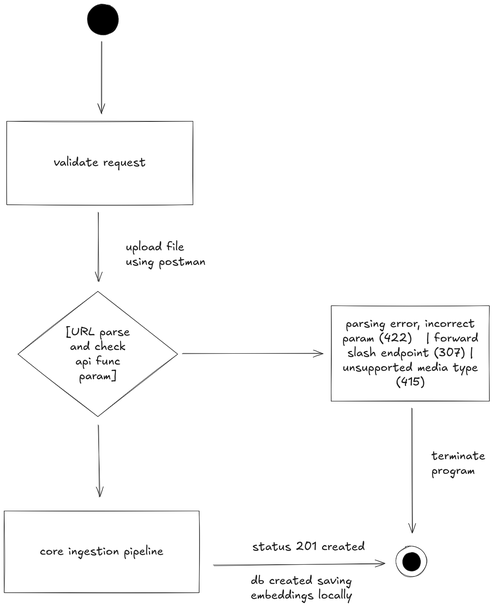
The Excalidraw diagram docs/ingestion/activity_dia.svg.excalidraw.png in S-a-t-y-aa-y-t-a-S/simple_rag, before a commit. Source tidied: one line per element, renumbered; positions are measured from the earlier drawing's top-left corner, leaving out a move shared by most shapes. Source of this version:
```json
{"id": 0, "type": "ellipse", "strokeColor": "#1e1e1e", "backgroundColor": "#000000", "fillStyle": "solid", "strokeWidth": 1, "roughness": 1, "x": 199, "y": 0, "width": 73, "height": 73}
{"id": 1, "type": "ellipse", "strokeColor": "#1e1e1e", "backgroundColor": "#ffffff", "fillStyle": "solid", "strokeWidth": 1, "roughness": 1, "x": 936, "y": 1295, "width": 73, "height": 73}
{"id": 2, "type": "ellipse", "strokeColor": "#1e1e1e", "backgroundColor": "#000000", "fillStyle": "solid", "strokeWidth": 1, "roughness": 1, "x": 952, "y": 1310, "width": 43, "height": 45}
{"id": 3, "type": "arrow", "strokeColor": "#1e1e1e", "backgroundColor": "#000000", "fillStyle": "solid", "strokeWidth": 1, "roughness": 1, "endArrowhead": "arrow", "round": true, "x": 234, "y": 88, "width": 0, "height": 174, "points": [[0, 0], [0, 174]]}
{"id": 4, "type": "rectangle", "strokeColor": "#1e1e1e", "backgroundColor": "#ffffff", "fillStyle": "solid", "strokeWidth": 1, "roughness": 1, "x": 6, "y": 280, "width": 445, "height": 199}
{"id": 5, "type": "text", "text": "validate request", "strokeColor": "#1e1e1e", "backgroundColor": "#ffffff", "fillStyle": "solid", "strokeWidth": 1, "roughness": 1, "fontSize": 28, "fontFamily": 5, "textAlign": "center", "verticalAlign": "middle", "inside": 4, "x": 119, "y": 362, "width": 220, "height": 35}
{"id": 6, "type": "arrow", "strokeColor": "#1e1e1e", "backgroundColor": "#ffffff", "fillStyle": "solid", "strokeWidth": 1, "roughness": 1, "endArrowhead": "arrow", "round": true, "x": 224, "y": 498, "width": 0, "height": 163, "points": [[0, 0], [0, 163]]}
{"id": 7, "type": "diamond", "strokeColor": "#1e1e1e", "backgroundColor": "#ffffff", "fillStyle": "solid", "strokeWidth": 1, "roughness": 1, "x": 33, "y": 686, "width": 382, "height": 299}
{"id": 8, "type": "text", "text": "[URL parse\nand check\napi func\nparam]", "strokeColor": "#1e1e1e", "backgroundColor": "#ffffff", "fillStyle": "solid", "strokeWidth": 1, "roughness": 1, "fontSize": 28, "fontFamily": 5, "textAlign": "center", "verticalAlign": "middle", "inside": 7, "x": 147, "y": 766, "width": 154, "height": 140}
{"id": 9, "type": "arrow", "strokeColor": "#1e1e1e", "backgroundColor": "#ffffff", "fillStyle": "solid", "strokeWidth": 1, "roughness": 1, "endArrowhead": "arrow", "round": true, "x": 426, "y": 835, "width": 335, "height": 0, "points": [[0, 0], [335, 0]]}
{"id": 10, "type": "rectangle", "strokeColor": "#1e1e1e", "backgroundColor": "#ffffff", "fillStyle": "solid", "strokeWidth": 1, "roughness": 1, "x": 782, "y": 720, "width": 378, "height": 228}
{"id": 11, "type": "text", "text": "parsing error, incorrect\nparam (422)   | forward\nslash endpoint (307) |\nunsupported media type\n(415)", "strokeColor": "#1e1e1e", "backgroundColor": "#ffffff", "fillStyle": "solid", "strokeWidth": 1, "roughness": 1, "fontSize": 28, "fontFamily": 5, "textAlign": "center", "verticalAlign": "middle", "inside": 10, "x": 808, "y": 747, "width": 325, "height": 175}
{"id": 12, "type": "arrow", "strokeColor": "#1e1e1e", "backgroundColor": "#ffffff", "fillStyle": "solid", "strokeWidth": 1, "roughness": 1, "endArrowhead": "arrow", "round": true, "x": 226, "y": 1006, "width": 2, "height": 172, "points": [[0, 0], [2, 172]]}
{"id": 13, "type": "rectangle", "strokeColor": "#1e1e1e", "backgroundColor": "#ffffff", "fillStyle": "solid", "strokeWidth": 1, "roughness": 1, "x": 0, "y": 1211, "width": 466, "height": 195}
{"id": 14, "type": "text", "text": "core ingestion pipeline", "strokeColor": "#1e1e1e", "backgroundColor": "#ffffff", "fillStyle": "solid", "strokeWidth": 1, "roughness": 1, "fontSize": 28, "fontFamily": 5, "textAlign": "center", "verticalAlign": "middle", "inside": 13, "x": 85, "y": 1291, "width": 295, "height": 35}
{"id": 15, "type": "arrow", "strokeColor": "#1e1e1e", "backgroundColor": "#ffffff", "fillStyle": "solid", "strokeWidth": 1, "roughness": 1, "endArrowhead": "arrow", "round": true, "x": 500, "y": 1340, "width": 409, "height": 4, "points": [[0, 0], [409, -4]]}
{"id": 16, "type": "arrow", "strokeColor": "#1e1e1e", "backgroundColor": "#ffffff", "fillStyle": "solid", "strokeWidth": 1, "roughness": 1, "endArrowhead": "arrow", "round": true, "x": 976, "y": 965, "width": 1, "height": 296, "points": [[0, 0], [1, 296]]}
{"id": 17, "type": "text", "text": "status 201 created", "strokeColor": "#1e1e1e", "backgroundColor": "#ffffff", "fillStyle": "solid", "strokeWidth": 1, "roughness": 1, "fontSize": 28, "fontFamily": 5, "x": 593, "y": 1280, "width": 269, "height": 35}
{"id": 18, "type": "text", "text": "terminate \nprogram", "strokeColor": "#1e1e1e", "backgroundColor": "#ffffff", "fillStyle": "solid", "strokeWidth": 1, "roughness": 1, "fontSize": 28, "fontFamily": 5, "x": 1021, "y": 1062, "width": 140, "height": 70}
{"id": 19, "type": "text", "text": "upload file\nusing postman", "strokeColor": "#1e1e1e", "backgroundColor": "#ffffff", "fillStyle": "solid", "strokeWidth": 1, "roughness": 1, "fontSize": 28, "fontFamily": 5, "x": 291, "y": 564, "width": 191, "height": 70}
{"id": 20, "type": "text", "text": "db created saving \nembeddings locally", "strokeColor": "#1e1e1e", "backgroundColor": "#ffffff", "fillStyle": "solid", "strokeWidth": 1, "roughness": 1, "fontSize": 28, "fontFamily": 5, "x": 590, "y": 1360, "width": 253, "height": 70}
```
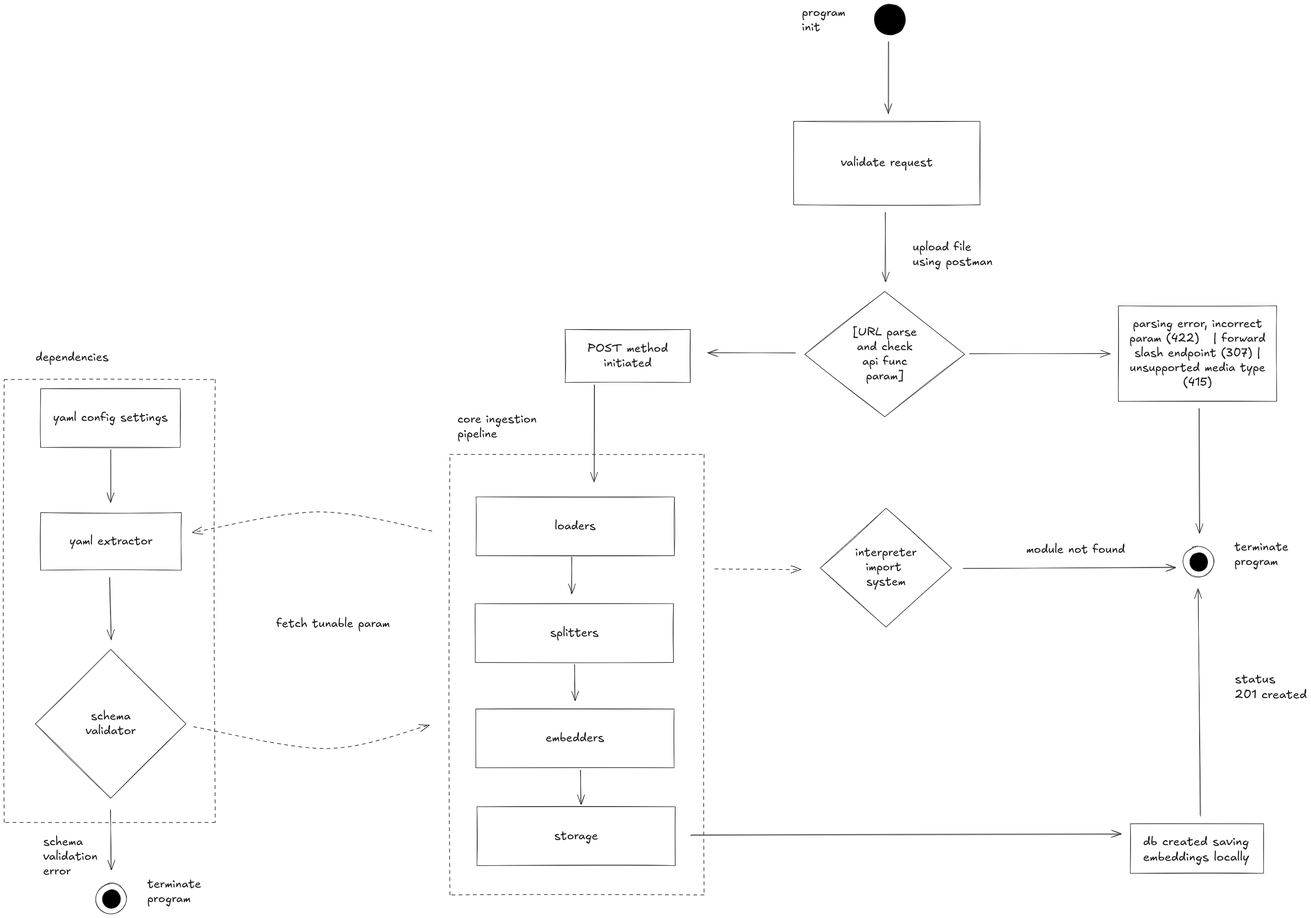
Later version of the same file.

Commit message:
RAG-6 #in-progress working on gateway cls diagram

The edit, as a diff of the source:
```diff
@@ -10,12 +10,52 @@
 {"id": 9, "type": "arrow", "strokeColor": "#1e1e1e", "backgroundColor": "#ffffff", "fillStyle": "solid", "strokeWidth": 1, "roughness": 1, "endArrowhead": "arrow", "round": true, "x": 426, "y": 835, "width": 335, "height": 0, "points": [[0, 0], [335, 0]]}
 {"id": 10, "type": "rectangle", "strokeColor": "#1e1e1e", "backgroundColor": "#ffffff", "fillStyle": "solid", "strokeWidth": 1, "roughness": 1, "x": 782, "y": 720, "width": 378, "height": 228}
 {"id": 11, "type": "text", "text": "parsing error, incorrect\nparam (422)   | forward\nslash endpoint (307) |\nunsupported media type\n(415)", "strokeColor": "#1e1e1e", "backgroundColor": "#ffffff", "fillStyle": "solid", "strokeWidth": 1, "roughness": 1, "fontSize": 28, "fontFamily": 5, "textAlign": "center", "verticalAlign": "middle", "inside": 10, "x": 808, "y": 747, "width": 325, "height": 175}
-{"id": 12, "type": "arrow", "strokeColor": "#1e1e1e", "backgroundColor": "#ffffff", "fillStyle": "solid", "strokeWidth": 1, "roughness": 1, "endArrowhead": "arrow", "round": true, "x": 226, "y": 1006, "width": 2, "height": 172, "points": [[0, 0], [2, 172]]}
-{"id": 13, "type": "rectangle", "strokeColor": "#1e1e1e", "backgroundColor": "#ffffff", "fillStyle": "solid", "strokeWidth": 1, "roughness": 1, "x": 0, "y": 1211, "width": 466, "height": 195}
-{"id": 14, "type": "text", "text": "core ingestion pipeline", "strokeColor": "#1e1e1e", "backgroundColor": "#ffffff", "fillStyle": "solid", "strokeWidth": 1, "roughness": 1, "fontSize": 28, "fontFamily": 5, "textAlign": "center", "verticalAlign": "middle", "inside": 13, "x": 85, "y": 1291, "width": 295, "height": 35}
-{"id": 15, "type": "arrow", "strokeColor": "#1e1e1e", "backgroundColor": "#ffffff", "fillStyle": "solid", "strokeWidth": 1, "roughness": 1, "endArrowhead": "arrow", "round": true, "x": 500, "y": 1340, "width": 409, "height": 4, "points": [[0, 0], [409, -4]]}
 {"id": 16, "type": "arrow", "strokeColor": "#1e1e1e", "backgroundColor": "#ffffff", "fillStyle": "solid", "strokeWidth": 1, "roughness": 1, "endArrowhead": "arrow", "round": true, "x": 976, "y": 965, "width": 1, "height": 296, "points": [[0, 0], [1, 296]]}
-{"id": 17, "type": "text", "text": "status 201 created", "strokeColor": "#1e1e1e", "backgroundColor": "#ffffff", "fillStyle": "solid", "strokeWidth": 1, "roughness": 1, "fontSize": 28, "fontFamily": 5, "x": 593, "y": 1280, "width": 269, "height": 35}
+{"id": 17, "type": "text", "text": "status \n201 created", "strokeColor": "#1e1e1e", "backgroundColor": "#ffffff", "fillStyle": "solid", "strokeWidth": 1, "roughness": 1, "fontSize": 29.36, "fontFamily": 5, "x": 1060, "y": 1594, "width": 172, "height": 73}
-{"id": 18, "type": "text", "text": "terminate \nprogram", "strokeColor": "#1e1e1e", "backgroundColor": "#ffffff", "fillStyle": "solid", "strokeWidth": 1, "roughness": 1, "fontSize": 28, "fontFamily": 5, "x": 1021, "y": 1062, "width": 140, "height": 70}
+{"id": 18, "type": "text", "text": "terminate \nprogram", "strokeColor": "#1e1e1e", "backgroundColor": "#ffffff", "fillStyle": "solid", "strokeWidth": 1, "roughness": 1, "fontSize": 28, "fontFamily": 5, "x": 1059, "y": 1280, "width": 140, "height": 70}
 {"id": 19, "type": "text", "text": "upload file\nusing postman", "strokeColor": "#1e1e1e", "backgroundColor": "#ffffff", "fillStyle": "solid", "strokeWidth": 1, "roughness": 1, "fontSize": 28, "fontFamily": 5, "x": 291, "y": 564, "width": 191, "height": 70}
+{"id": 21, "type": "rectangle", "strokeColor": "#1e1e1e", "backgroundColor": "#ffffff", "fillStyle": "solid", "strokeWidth": 1, "roughness": 1, "x": 810, "y": 1957, "width": 318, "height": 118}
-{"id": 20, "type": "text", "text": "db created saving \nembeddings locally", "strokeColor": "#1e1e1e", "backgroundColor": "#ffffff", "fillStyle": "solid", "strokeWidth": 1, "roughness": 1, "fontSize": 28, "fontFamily": 5, "x": 590, "y": 1360, "width": 253, "height": 70}
+{"id": 20, "type": "text", "text": "db created saving \nembeddings locally", "strokeColor": "#1e1e1e", "backgroundColor": "#ffffff", "fillStyle": "solid", "strokeWidth": 1, "roughness": 1, "fontSize": 29.36, "fontFamily": 5, "x": 841, "y": 1983, "width": 265, "height": 73}
+{"id": 22, "type": "arrow", "strokeColor": "#1e1e1e", "backgroundColor": "#ffffff", "fillStyle": "solid", "strokeWidth": 1, "roughness": 1, "endArrowhead": "arrow", "round": true, "x": 977, "y": 1938, "width": 5, "height": 540, "points": [[0, 0], [-5, -540]]}
+{"id": 23, "type": "diamond", "strokeColor": "#1e1e1e", "backgroundColor": "#ffffff", "fillStyle": "solid", "strokeWidth": 1, "roughness": 1, "x": 70, "y": 1203, "width": 314, "height": 284}
+{"id": 24, "type": "text", "text": "interpreter\nimport \nsystem", "strokeColor": "#1e1e1e", "backgroundColor": "#ffffff", "fillStyle": "solid", "strokeWidth": 1, "roughness": 1, "fontSize": 28, "fontFamily": 5, "textAlign": "center", "verticalAlign": "middle", "inside": 23, "x": 153, "y": 1293, "width": 147, "height": 105}
+{"id": 25, "type": "text", "text": "program \ninit", "strokeColor": "#1e1e1e", "backgroundColor": "#ffffff", "fillStyle": "solid", "strokeWidth": 1, "roughness": 1, "fontSize": 28, "fontFamily": 5, "x": 26, "y": 4, "width": 115, "height": 70}
+{"id": 26, "type": "arrow", "strokeColor": "#1e1e1e", "backgroundColor": "#ffffff", "fillStyle": "solid", "strokeWidth": 1, "roughness": 1, "endArrowhead": "arrow", "round": true, "x": 12, "y": 833, "width": 211, "height": 0, "points": [[0, 0], [-211, 0]]}
+{"id": 27, "type": "arrow", "strokeColor": "#1e1e1e", "backgroundColor": "#ffffff", "fillStyle": "solid", "strokeWidth": 1, "roughness": 1, "endArrowhead": "arrow", "round": true, "x": 411, "y": 1348, "width": 507, "height": 4, "points": [[0, 0], [507, -4]]}
+{"id": 28, "type": "text", "text": "module not found", "strokeColor": "#1e1e1e", "backgroundColor": "#ffffff", "fillStyle": "solid", "strokeWidth": 1, "roughness": 1, "fontSize": 28, "fontFamily": 5, "x": 562, "y": 1285, "width": 236, "height": 35}
+{"id": 29, "type": "rectangle", "strokeColor": "#1e1e1e", "backgroundColor": "#ffffff", "fillStyle": "solid", "strokeWidth": 1, "roughness": 1, "x": -540, "y": 777, "width": 299, "height": 127}
+{"id": 30, "type": "text", "text": "POST method\ninitiated", "strokeColor": "#1e1e1e", "backgroundColor": "#ffffff", "fillStyle": "solid", "strokeWidth": 1, "roughness": 1, "fontSize": 28, "fontFamily": 5, "textAlign": "center", "verticalAlign": "middle", "inside": 29, "x": -486, "y": 805, "width": 192, "height": 70}
+{"id": 31, "type": "rectangle", "strokeColor": "#1e1e1e", "backgroundColor": "#ffffff", "fillStyle": "solid", "strokeWidth": 1, "strokeStyle": "dashed", "roughness": 1, "x": -815, "y": 1075, "width": 607, "height": 1052}
+{"id": 32, "type": "arrow", "strokeColor": "#1e1e1e", "backgroundColor": "#ffffff", "fillStyle": "solid", "strokeWidth": 1, "strokeStyle": "dashed", "roughness": 1, "endArrowhead": "arrow", "round": true, "x": -183, "y": 1347, "width": 207, "height": 3, "points": [[0, 0], [207, 3]]}
+{"id": 14, "type": "text", "text": "core ingestion\npipeline", "strokeColor": "#1e1e1e", "backgroundColor": "#ffffff", "fillStyle": "solid", "strokeWidth": 1, "strokeStyle": "dashed", "roughness": 1, "fontSize": 28, "fontFamily": 5, "x": -797, "y": 974, "width": 189, "height": 70}
+{"id": 33, "type": "rectangle", "strokeColor": "#1e1e1e", "backgroundColor": "#ffffff", "fillStyle": "solid", "strokeWidth": 1, "roughness": 1, "x": -752, "y": 1177, "width": 474, "height": 140}
+{"id": 34, "type": "text", "text": "loaders", "strokeColor": "#1e1e1e", "strokeWidth": 1, "roughness": 1, "fontSize": 28, "fontFamily": 5, "textAlign": "center", "verticalAlign": "middle", "inside": 33, "x": -565, "y": 1229, "width": 98, "height": 35}
+{"id": 35, "type": "rectangle", "strokeColor": "#1e1e1e", "backgroundColor": "#ffffff", "fillStyle": "solid", "strokeWidth": 1, "roughness": 1, "x": -755, "y": 1432, "width": 474, "height": 140}
+{"id": 36, "type": "text", "text": "splitters", "strokeColor": "#1e1e1e", "strokeWidth": 1, "roughness": 1, "fontSize": 28, "fontFamily": 5, "textAlign": "center", "verticalAlign": "middle", "inside": 35, "x": -576, "y": 1484, "width": 116, "height": 35}
+{"id": 37, "type": "rectangle", "strokeColor": "#1e1e1e", "backgroundColor": "#ffffff", "fillStyle": "solid", "strokeWidth": 1, "roughness": 1, "x": -753, "y": 1683, "width": 474, "height": 140}
+{"id": 38, "type": "text", "text": "embedders", "strokeColor": "#1e1e1e", "strokeWidth": 1, "roughness": 1, "fontSize": 28, "fontFamily": 5, "textAlign": "center", "verticalAlign": "middle", "inside": 37, "x": -586, "y": 1736, "width": 140, "height": 35}
+{"id": 39, "type": "rectangle", "strokeColor": "#1e1e1e", "backgroundColor": "#ffffff", "fillStyle": "solid", "strokeWidth": 1, "roughness": 1, "x": -750, "y": 1916, "width": 474, "height": 140}
+{"id": 40, "type": "text", "text": "storage", "strokeColor": "#1e1e1e", "strokeWidth": 1, "roughness": 1, "fontSize": 28, "fontFamily": 5, "textAlign": "center", "verticalAlign": "middle", "inside": 39, "x": -566, "y": 1969, "width": 105, "height": 35}
+{"id": 41, "type": "arrow", "strokeColor": "#1e1e1e", "backgroundColor": "#ffffff", "fillStyle": "solid", "strokeWidth": 1, "roughness": 1, "endArrowhead": "arrow", "round": true, "from": 31, "x": -240, "y": 1985, "width": 1029, "height": 3, "points": [[0, 0], [1029, -3]]}
+{"id": 42, "type": "rectangle", "strokeColor": "#1e1e1e", "strokeWidth": 1, "strokeStyle": "dashed", "roughness": 1, "x": -1880, "y": 896, "width": 504, "height": 1057}
+{"id": 43, "type": "rectangle", "strokeColor": "#1e1e1e", "backgroundColor": "#ffffff", "fillStyle": "solid", "strokeWidth": 1, "roughness": 1, "x": -1793, "y": 918, "width": 333, "height": 140}
+{"id": 44, "type": "text", "text": "yaml config settings", "strokeColor": "#1e1e1e", "backgroundColor": "#ffffff", "fillStyle": "solid", "strokeWidth": 1, "roughness": 1, "fontSize": 28, "fontFamily": 5, "textAlign": "center", "verticalAlign": "middle", "inside": 43, "x": -1763, "y": 971, "width": 274, "height": 35}
+{"id": 45, "type": "rectangle", "strokeColor": "#1e1e1e", "backgroundColor": "#ffffff", "fillStyle": "solid", "strokeWidth": 1, "roughness": 1, "x": -1793, "y": 1214, "width": 336, "height": 138}
+{"id": 46, "type": "text", "text": "yaml extractor", "strokeColor": "#1e1e1e", "backgroundColor": "#ffffff", "fillStyle": "solid", "strokeWidth": 1, "roughness": 1, "fontSize": 28, "fontFamily": 5, "textAlign": "center", "verticalAlign": "middle", "inside": 45, "x": -1724, "y": 1265, "width": 199, "height": 35}
+{"id": 47, "type": "diamond", "strokeColor": "#1e1e1e", "backgroundColor": "#ffffff", "fillStyle": "solid", "strokeWidth": 1, "roughness": 1, "x": -1805, "y": 1541, "width": 360, "height": 356}
+{"id": 48, "type": "text", "text": "schema\nvalidator", "strokeColor": "#1e1e1e", "backgroundColor": "#ffffff", "fillStyle": "solid", "strokeWidth": 1, "roughness": 1, "fontSize": 28, "fontFamily": 5, "textAlign": "center", "verticalAlign": "middle", "inside": 47, "x": -1685, "y": 1683, "width": 120, "height": 70}
+{"id": 49, "type": "ellipse", "strokeColor": "#1e1e1e", "backgroundColor": "#ffffff", "fillStyle": "solid", "strokeWidth": 1, "roughness": 1, "x": -1661, "y": 2099, "width": 73, "height": 73}
+{"id": 50, "type": "ellipse", "strokeColor": "#1e1e1e", "backgroundColor": "#000000", "fillStyle": "solid", "strokeWidth": 1, "roughness": 1, "x": -1645, "y": 2114, "width": 43, "height": 45}
+{"id": 51, "type": "text", "text": "terminate \nprogram", "strokeColor": "#1e1e1e", "backgroundColor": "#ffffff", "fillStyle": "solid", "strokeWidth": 1, "roughness": 1, "fontSize": 28, "fontFamily": 5, "x": -1538, "y": 2084, "width": 140, "height": 70}
+{"id": 52, "type": "arrow", "strokeColor": "#1e1e1e", "backgroundColor": "#ffffff", "fillStyle": "solid", "strokeWidth": 1, "roughness": 1, "endArrowhead": "arrow", "round": true, "from": 43, "x": -1626, "y": 1064, "width": 1, "height": 125, "points": [[0, 0], [1, 125]]}
+{"id": 53, "type": "arrow", "strokeColor": "#1e1e1e", "backgroundColor": "#ffffff", "fillStyle": "solid", "strokeWidth": 1, "roughness": 1, "endArrowhead": "arrow", "round": true, "x": -1627, "y": 1370, "width": 3, "height": 149, "points": [[0, 0], [3, 149]]}
+{"id": 54, "type": "arrow", "strokeColor": "#1e1e1e", "backgroundColor": "#ffffff", "fillStyle": "solid", "strokeWidth": 1, "roughness": 1, "endArrowhead": "arrow", "round": true, "x": -1626, "y": 1924, "width": 1, "height": 142, "points": [[0, 0], [1, 142]]}
+{"id": 55, "type": "text", "text": "dependencies", "strokeColor": "#1e1e1e", "strokeWidth": 1, "strokeStyle": "dashed", "roughness": 1, "fontSize": 28, "fontFamily": 5, "x": -1805, "y": 826, "width": 175, "height": 35}
+{"id": 56, "type": "arrow", "strokeColor": "#1e1e1e", "strokeWidth": 1, "strokeStyle": "dashed", "roughness": 1, "endArrowhead": "arrow", "round": true, "x": -857, "y": 1259, "width": 573, "height": 47, "points": [[0, 0], [-273, -46], [-573, 1]]}
+{"id": 57, "type": "arrow", "strokeColor": "#1e1e1e", "strokeWidth": 1, "strokeStyle": "dashed", "roughness": 1, "endArrowhead": "arrow", "round": true, "x": -1427, "y": 1725, "width": 562, "height": 56, "points": [[0, 0], [317, 53], [562, -3]]}
+{"id": 58, "type": "arrow", "strokeColor": "#1e1e1e", "strokeWidth": 1, "roughness": 1, "endArrowhead": "arrow", "round": true, "from": 29, "to": 31, "x": -470, "y": 909, "width": 0, "height": 230, "points": [[0, 0], [0, 230]]}
+{"id": 59, "type": "arrow", "strokeColor": "#1e1e1e", "strokeWidth": 1, "roughness": 1, "endArrowhead": "arrow", "round": true, "to": 31, "x": -525, "y": 1321, "width": 0, "height": 87, "points": [[0, 0], [0, 87]]}
+{"id": 60, "type": "arrow", "strokeColor": "#1e1e1e", "strokeWidth": 1, "roughness": 1, "endArrowhead": "arrow", "round": true, "from": 35, "to": 31, "x": -518, "y": 1577, "width": 1, "height": 85, "points": [[0, 0], [1, 85]]}
+{"id": 61, "type": "arrow", "strokeColor": "#1e1e1e", "strokeWidth": 1, "roughness": 1, "endArrowhead": "arrow", "round": true, "from": 37, "to": 39, "x": -503, "y": 1829, "width": 1, "height": 82, "points": [[0, 0], [1, 82]]}
+{"id": 62, "type": "text", "text": "fetch tunable param", "strokeColor": "#1e1e1e", "strokeWidth": 1, "roughness": 1, "fontSize": 28, "fontFamily": 5, "x": -1230, "y": 1462, "width": 272, "height": 35}
+{"id": 63, "type": "text", "text": "schema \nvalidation\nerror", "strokeColor": "#1e1e1e", "strokeWidth": 1, "roughness": 1, "fontSize": 28, "fontFamily": 5, "x": -1787, "y": 1983, "width": 130, "height": 105}
```
